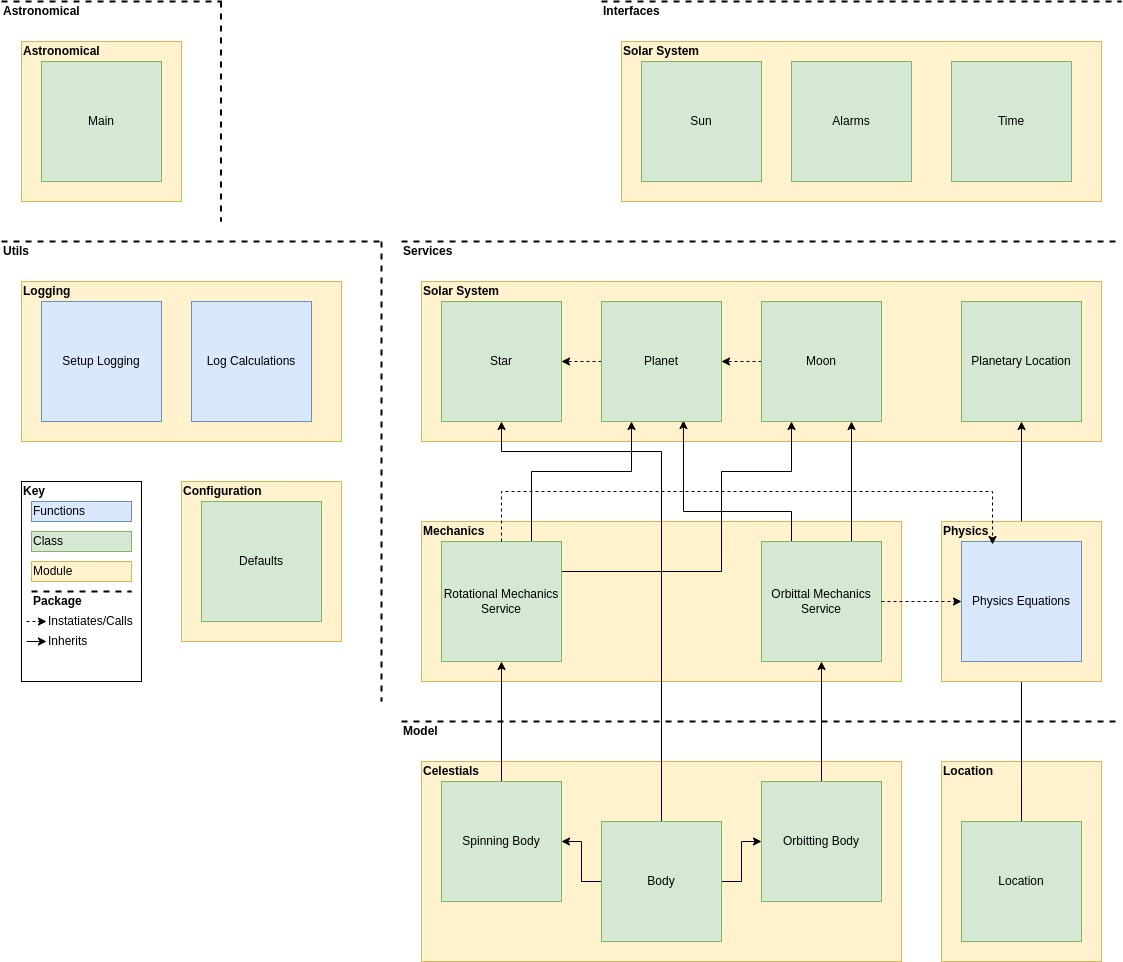
TheOrganist24/Astronomical keeps this draw.io diagram as img/full_design.png. Above is the earlier version. Source tidied: cells renumbered, new cells last; positions are measured from the earlier drawing's top-left corner, leaving out a move shared by most shapes.
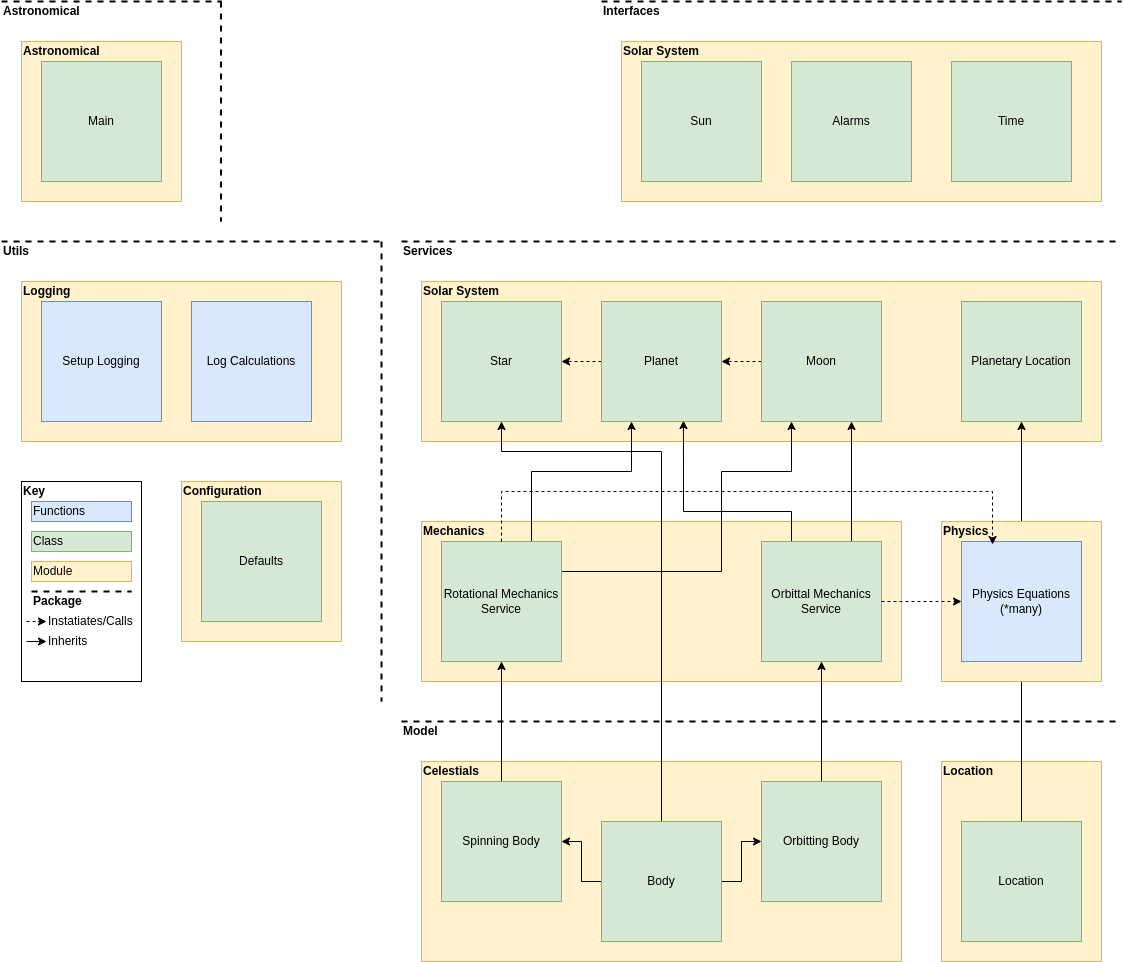
After the commit.

Commit message:
DOCS: Tidy up diagram

Diff of the diagram source:
```diff
@@ -134,7 +134,7 @@
     <mxCell id="36" style="rounded=0;whiteSpace=wrap;html=1;fillColor=#fff2cc;strokeColor=#d6b656;" parent="1" vertex="1">
       <mxGeometry x="940" y="520" width="160" height="160" as="geometry" />
     </mxCell>
-    <mxCell id="37" value="Physics Equations" style="rounded=0;whiteSpace=wrap;html=1;fillColor=#dae8fc;strokeColor=#6c8ebf;" parent="1" vertex="1">
+    <mxCell id="37" value="Physics Equations&lt;br&gt;(*many)" style="rounded=0;whiteSpace=wrap;html=1;fillColor=#dae8fc;strokeColor=#6c8ebf;" parent="1" vertex="1">
       <mxGeometry x="960" y="540" width="120" height="120" as="geometry" />
     </mxCell>
     <mxCell id="38" value="&lt;b&gt;Physics&lt;/b&gt;" style="text;html=1;strokeColor=none;fillColor=none;align=left;verticalAlign=middle;whiteSpace=wrap;rounded=0;" parent="1" vertex="1">
```
